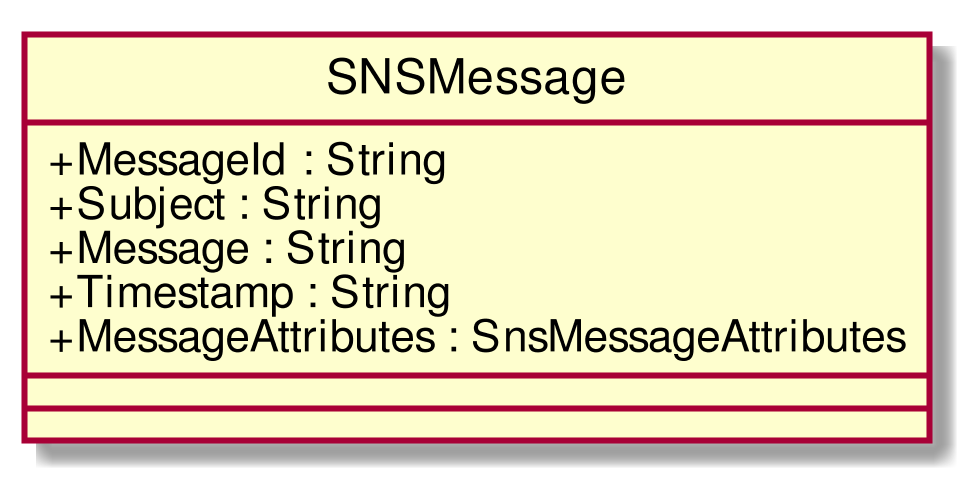
Above: RP/Esterni/DefinizioneDiProdotto/images/ClassSNSMessage.png in CoCodeSWE/Docs (PlantUML), before the change.
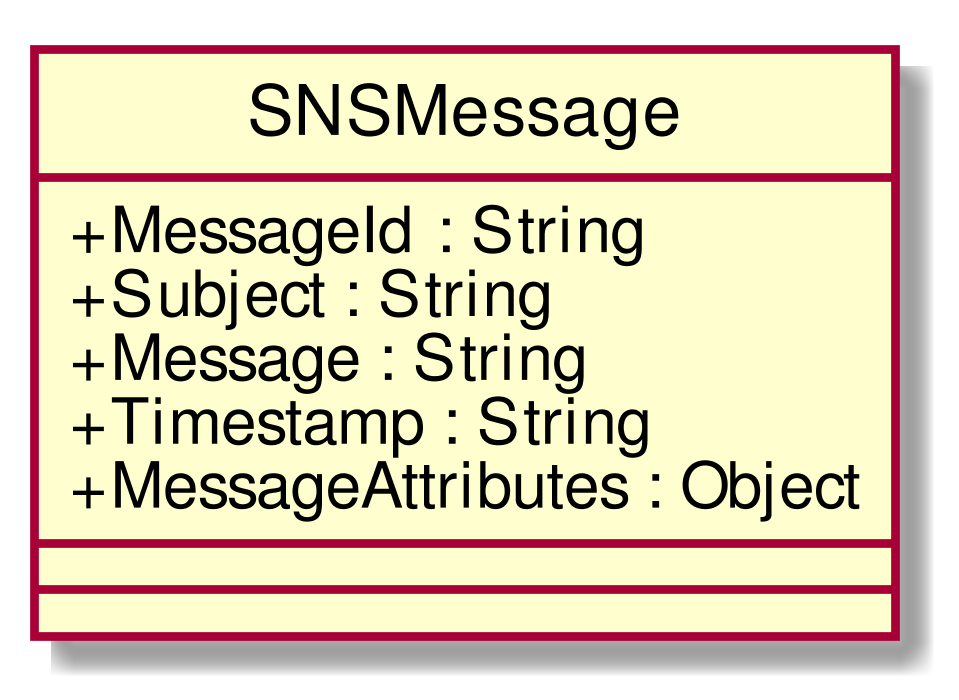
Later version of the same file.

Diff of the diagram source:
```diff
@@ -6,7 +6,7 @@
 + Subject : String
 + Message : String
 + Timestamp : String
-+ MessageAttributes : SnsMessageAttributes
++ MessageAttributes : Object
 __
 __
 
```
